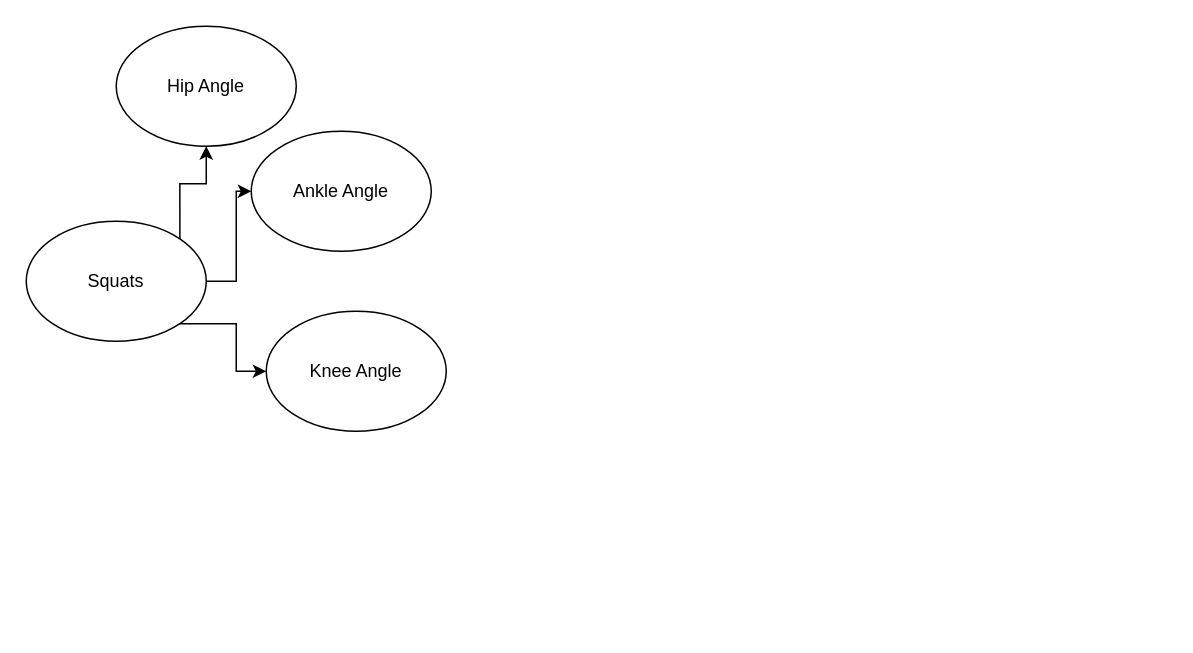
vish84725/Research_Artifacts keeps this draw.io diagram as Exercise-Types.drawio. Above is the earlier version. Source tidied: cells renumbered, new cells numbered last; positions are measured from the earlier drawing's top-left corner, leaving out a move shared by most shapes. Both pictures are drawn from the tidied source at 150%, with x=0, y=0 at pixel (26, 26).
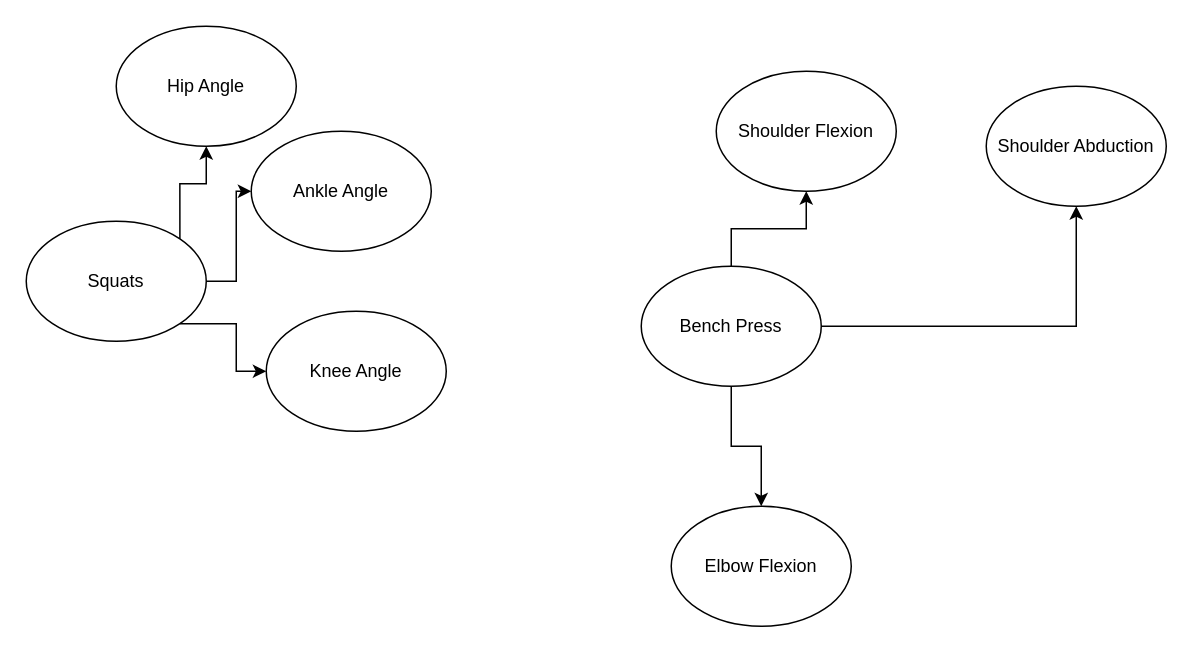
The same diagram, later.

Change to the diagram source:
```diff
@@
 <mxGraphModel>
   <root>
     <mxCell id="0" />
     <mxCell id="1" parent="0" />
     <mxCell id="2" style="edgeStyle=orthogonalEdgeStyle;rounded=0;jettySize=auto;html=1;exitX=1;exitY=0;exitDx=0;exitDy=0;" parent="1" edge="1" source="5" target="6">
       <mxGeometry relative="1" as="geometry" />
     </mxCell>
     <mxCell id="3" style="edgeStyle=orthogonalEdgeStyle;rounded=0;jettySize=auto;html=1;" parent="1" edge="1" source="5" target="7">
       <mxGeometry relative="1" as="geometry" />
     </mxCell>
     <mxCell id="4" style="edgeStyle=orthogonalEdgeStyle;rounded=0;jettySize=auto;html=1;exitX=1;exitY=1;exitDx=0;exitDy=0;" parent="1" edge="1" source="5" target="8">
       <mxGeometry relative="1" as="geometry" />
     </mxCell>
     <mxCell id="5" value="Squats" style="ellipse;whiteSpace=wrap;html=1;" parent="1" vertex="1">
       <mxGeometry y="130" width="120" height="80" as="geometry" />
     </mxCell>
     <mxCell id="6" value="Hip Angle" style="ellipse;whiteSpace=wrap;html=1;" parent="1" vertex="1">
       <mxGeometry x="60" width="120" height="80" as="geometry" />
     </mxCell>
     <mxCell id="7" value="Ankle Angle" style="ellipse;whiteSpace=wrap;html=1;" parent="1" vertex="1">
       <mxGeometry x="150" y="70" width="120" height="80" as="geometry" />
     </mxCell>
     <mxCell id="8" value="Knee Angle" style="ellipse;whiteSpace=wrap;html=1;" parent="1" vertex="1">
       <mxGeometry x="160" y="190" width="120" height="80" as="geometry" />
     </mxCell>
+    <mxCell id="9" style="edgeStyle=orthogonalEdgeStyle;rounded=0;jettySize=auto;html=1;" parent="1" edge="1" source="12" target="13">
+      <mxGeometry relative="1" as="geometry" />
+    </mxCell>
+    <mxCell id="10" style="edgeStyle=orthogonalEdgeStyle;rounded=0;jettySize=auto;html=1;" parent="1" edge="1" source="12" target="14">
+      <mxGeometry relative="1" as="geometry" />
+    </mxCell>
+    <mxCell id="11" style="edgeStyle=orthogonalEdgeStyle;rounded=0;jettySize=auto;html=1;" parent="1" edge="1" source="12" target="15">
+      <mxGeometry relative="1" as="geometry" />
+    </mxCell>
+    <mxCell id="12" value="Bench Press" style="ellipse;whiteSpace=wrap;html=1;" parent="1" vertex="1">
+      <mxGeometry x="410" y="160" width="120" height="80" as="geometry" />
+    </mxCell>
+    <mxCell id="13" value="Shoulder Flexion" style="ellipse;whiteSpace=wrap;html=1;" parent="1" vertex="1">
+      <mxGeometry x="460" y="30" width="120" height="80" as="geometry" />
+    </mxCell>
+    <mxCell id="14" value="Shoulder Abduction" style="ellipse;whiteSpace=wrap;html=1;" parent="1" vertex="1">
+      <mxGeometry x="640" y="40" width="120" height="80" as="geometry" />
+    </mxCell>
+    <mxCell id="15" value="Elbow Flexion" style="ellipse;whiteSpace=wrap;html=1;" parent="1" vertex="1">
+      <mxGeometry x="430" y="320" width="120" height="80" as="geometry" />
+    </mxCell>
   </root>
 </mxGraphModel>
```
